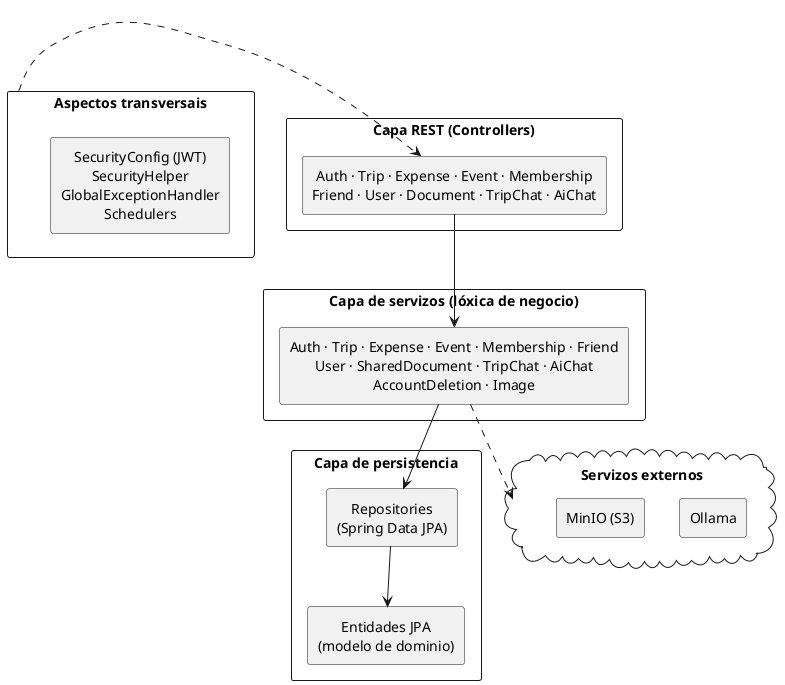
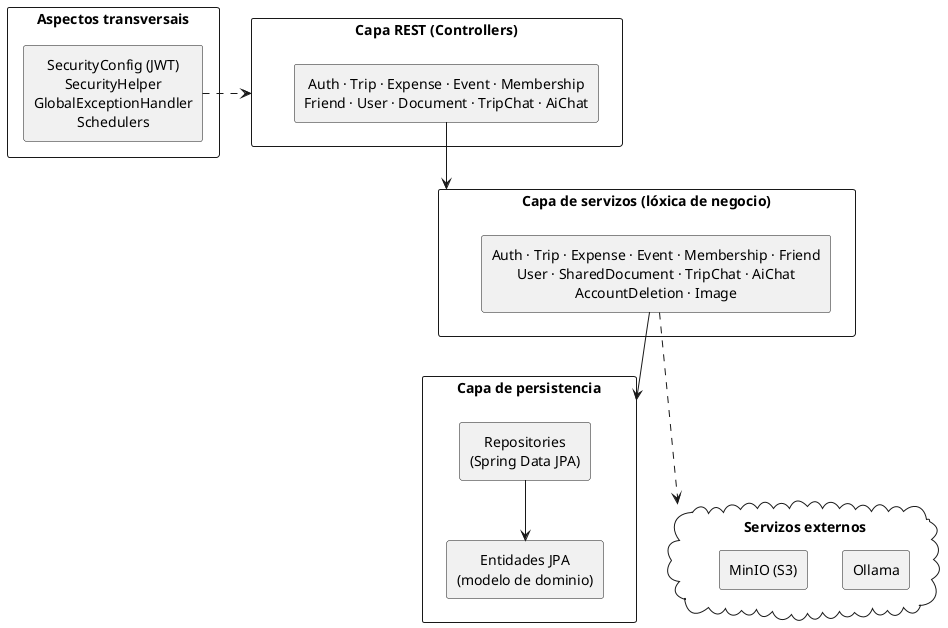
@startuml backend-componentes
skinparam shadowing false
skinparam componentStyle rectangle
skinparam packageStyle rectangle
skinparam defaultTextAlignment center
top to bottom direction

package "Capa REST (Controllers)" as L1 {
  component "Auth · Trip · Expense · Event · Membership\nFriend · User · Document · TripChat · AiChat" as ctrls
}

package "Capa de servizos (lóxica de negocio)" as L2 {
  component "Auth · Trip · Expense · Event · Membership · Friend\nUser · SharedDocument · TripChat · AiChat\nAccountDeletion · Image" as svcs
}

package "Capa de persistencia" as L3 {
  component "Repositories\n(Spring Data JPA)" as repos
  component "Entidades JPA\n(modelo de dominio)" as model
}

package "Aspectos transversais" as X {
  component "SecurityConfig (JWT)\nSecurityHelper\nGlobalExceptionHandler\nSchedulers" as cross
}

cloud "Servizos externos" as ext {
  component "Ollama" as ollama
  component "MinIO (S3)" as minio
}

- ctrls --> svcs
- svcs --> repos
+ ctrls --> L2
+ svcs --> L3
repos --> model
- svcs ..> ext
- X .right.> ctrls
+ svcs .down.> ext
+ L3 -[hidden]down-> ext
+ cross .right.> L1
@enduml
